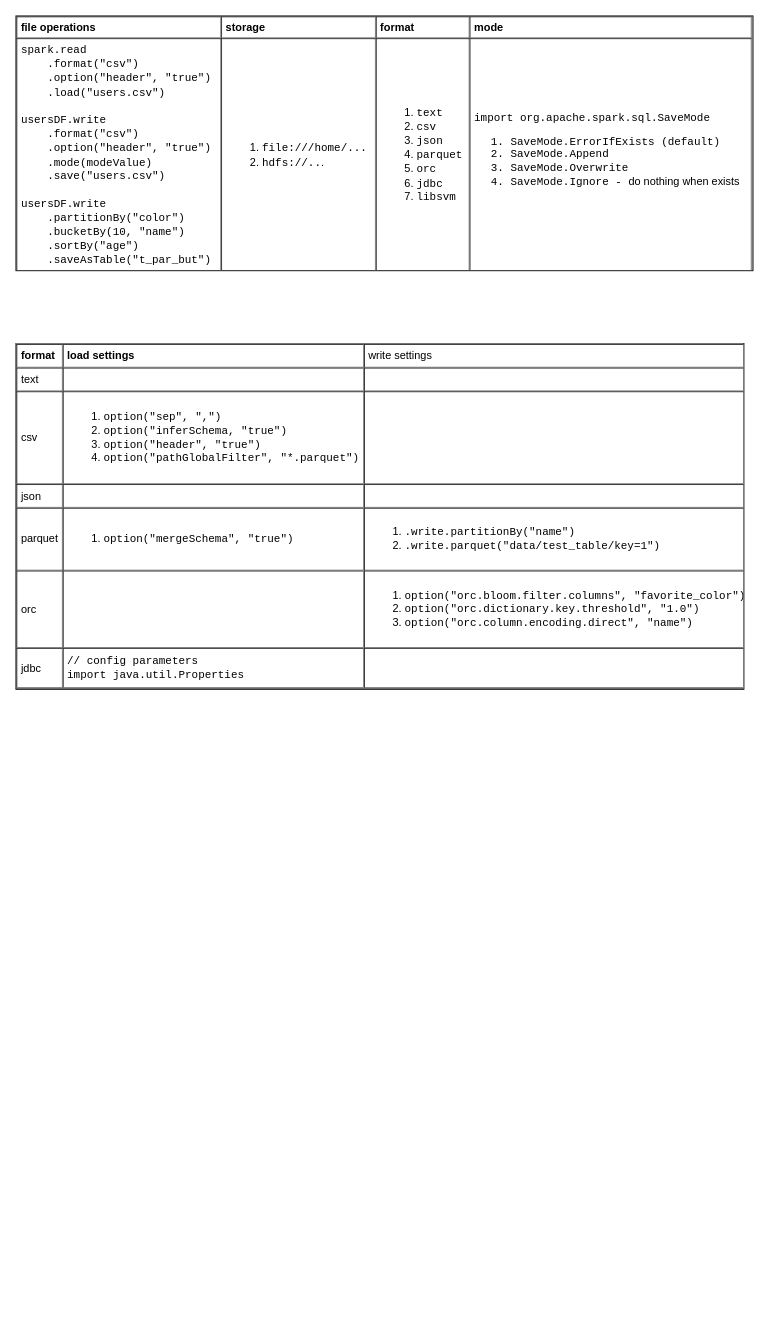
yangdj/tf_docs keeps this draw.io diagram as page "source-file" (3 of 5) of languages/scala/spark.drawio. Above is the earlier version. Source tidied: cells renumbered, new cells numbered last; positions are measured from the earlier drawing's top-left corner, leaving out a move shared by most shapes. Both pictures are drawn from the tidied source at 91%, with x=0, y=0 at pixel (15, 15).
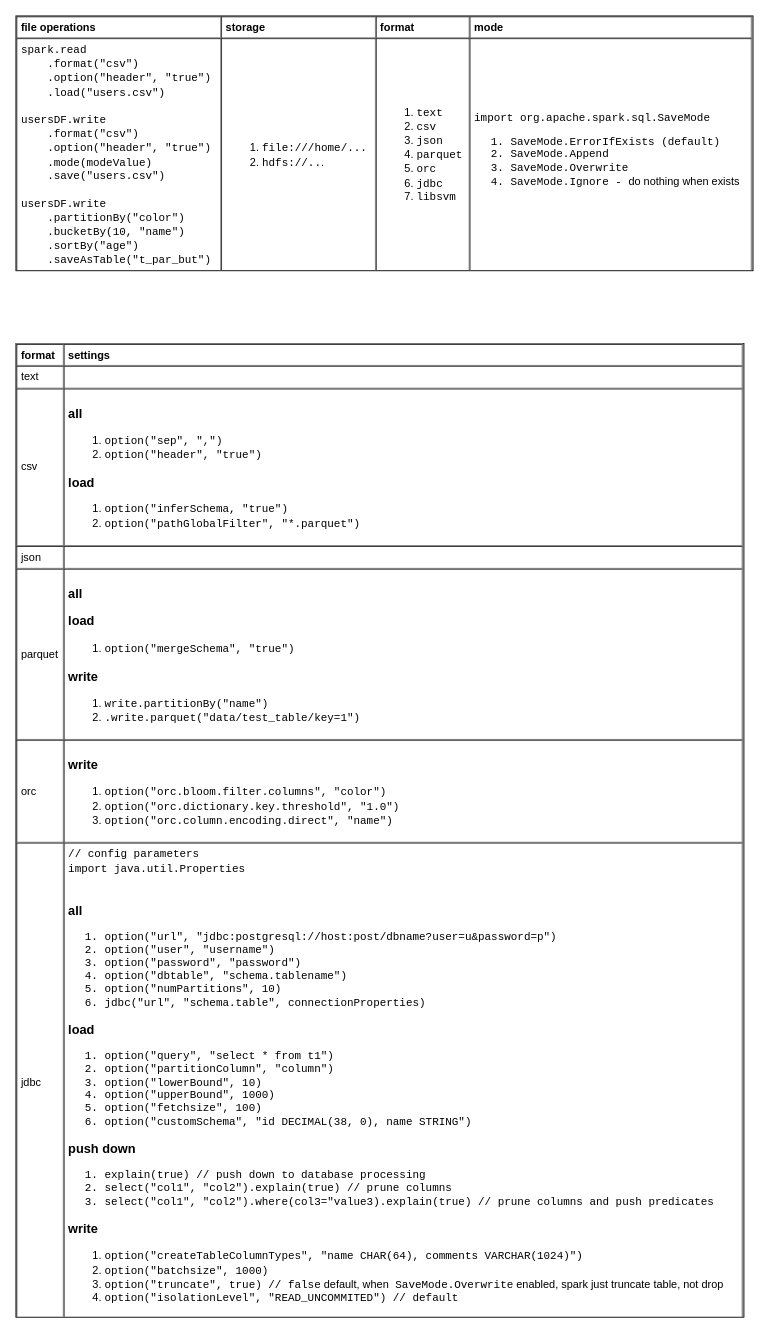
The same diagram, later.

The edit, as a diff of the source:
```diff
@@
 <mxGraphModel>
   <root>
     <mxCell id="0" />
     <mxCell id="1" parent="0" />
-    <mxCell id="2" value="&lt;table cellpadding=&quot;4&quot; cellspacing=&quot;0&quot; border=&quot;1&quot; style=&quot;font-size: 1em ; width: 100% ; height: 100%&quot;&gt;&lt;tbody&gt;&lt;tr&gt;&lt;th&gt;format&lt;/th&gt;&lt;th&gt;load settings&lt;/th&gt;&lt;td&gt;write settings&lt;/td&gt;&lt;/tr&gt;&lt;tr&gt;&lt;td&gt;text&lt;/td&gt;&lt;td&gt;&lt;br&gt;&lt;/td&gt;&lt;td&gt;&lt;br&gt;&lt;/td&gt;&lt;/tr&gt;&lt;tr&gt;&lt;td&gt;csv&lt;/td&gt;&lt;td&gt;&lt;ol&gt;&lt;li&gt;&lt;font face=&quot;Courier New&quot;&gt;option(&quot;sep&quot;, &quot;,&quot;)&lt;/font&gt;&lt;/li&gt;&lt;li&gt;&lt;font face=&quot;Courier New&quot;&gt;option(&quot;inferSchema, &quot;true&quot;)&lt;/font&gt;&lt;/li&gt;&lt;li&gt;&lt;font face=&quot;Courier New&quot;&gt;option(&quot;header&quot;, &quot;true&quot;)&lt;/font&gt;&lt;/li&gt;&lt;li&gt;&lt;font face=&quot;Courier New&quot;&gt;option(&quot;pathGlobalFilter&quot;, &quot;*.parquet&quot;)&lt;/font&gt;&lt;/li&gt;&lt;/ol&gt;&lt;/td&gt;&lt;td&gt;&lt;br&gt;&lt;/td&gt;&lt;/tr&gt;&lt;tr&gt;&lt;td&gt;json&lt;/td&gt;&lt;td&gt;&lt;/td&gt;&lt;td&gt;&lt;br&gt;&lt;/td&gt;&lt;/tr&gt;&lt;tr&gt;&lt;td&gt;parquet&lt;/td&gt;&lt;td&gt;&lt;ol&gt;&lt;li&gt;&lt;font face=&quot;Courier New&quot;&gt;option(&quot;mergeSchema&quot;, &quot;true&quot;)&lt;/font&gt;&lt;/li&gt;&lt;/ol&gt;&lt;/td&gt;&lt;td&gt;&lt;ol&gt;&lt;li&gt;&lt;font face=&quot;Courier New&quot;&gt;.write.partitionBy(&quot;name&quot;)&lt;/font&gt;&lt;/li&gt;&lt;li&gt;&lt;font face=&quot;Courier New&quot;&gt;.write.parquet(&quot;data/test_table/key=1&quot;)&lt;/font&gt;&lt;/li&gt;&lt;/ol&gt;&lt;/td&gt;&lt;/tr&gt;&lt;tr&gt;&lt;td&gt;orc&lt;/td&gt;&lt;td&gt;&lt;br&gt;&lt;/td&gt;&lt;td&gt;&lt;ol&gt;&lt;li&gt;&lt;font face=&quot;Courier New&quot;&gt;option(&quot;orc.bloom.filter.columns&quot;, &quot;favorite_color&quot;)&lt;/font&gt;&lt;/li&gt;&lt;li&gt;&lt;font face=&quot;Courier New&quot;&gt;option(&quot;orc.dictionary.key.threshold&quot;, &quot;1.0&quot;)&lt;/font&gt;&lt;/li&gt;&lt;li&gt;&lt;font face=&quot;Courier New&quot;&gt;option(&quot;orc.column.encoding.direct&quot;, &quot;name&quot;)&lt;/font&gt;&lt;/li&gt;&lt;/ol&gt;&lt;/td&gt;&lt;/tr&gt;&lt;tr&gt;&lt;td&gt;jdbc&lt;/td&gt;&lt;td&gt;&lt;font face=&quot;Courier New&quot;&gt;// config parameters&lt;br&gt;import java.util.Properties&lt;/font&gt;&lt;/td&gt;&lt;td&gt;&lt;br&gt;&lt;/td&gt;&lt;/tr&gt;&lt;/tbody&gt;&lt;/table&gt; " style="verticalAlign=top;align=left;overflow=fill;fontSize=12;fontFamily=Helvetica;html=1;" parent="1" vertex="1">
-      <mxGeometry y="360" width="800" height="380" as="geometry" />
+    <mxCell id="2" value="&lt;table cellpadding=&quot;4&quot; cellspacing=&quot;0&quot; border=&quot;1&quot; style=&quot;font-size: 1em ; width: 100% ; height: 100%&quot;&gt;&lt;tbody&gt;&lt;tr&gt;&lt;th&gt;format&lt;/th&gt;&lt;th&gt;settings&lt;/th&gt;&lt;/tr&gt;&lt;tr&gt;&lt;td&gt;text&lt;/td&gt;&lt;td&gt;&lt;br&gt;&lt;/td&gt;&lt;/tr&gt;&lt;tr&gt;&lt;td&gt;csv&lt;/td&gt;&lt;td&gt;&lt;h3&gt;all&lt;/h3&gt;&lt;ol&gt;&lt;li&gt;&lt;font face=&quot;Courier New&quot;&gt;option(&quot;sep&quot;, &quot;,&quot;)&lt;/font&gt;&lt;/li&gt;&lt;li&gt;&lt;font face=&quot;Courier New&quot;&gt;option(&quot;header&quot;, &quot;true&quot;)&lt;/font&gt;&lt;/li&gt;&lt;/ol&gt;&lt;h3&gt;load&lt;/h3&gt;&lt;ol&gt;&lt;li&gt;&lt;font face=&quot;Courier New&quot;&gt;option(&quot;inferSchema, &quot;true&quot;)&lt;/font&gt;&lt;/li&gt;&lt;li&gt;&lt;font face=&quot;Courier New&quot;&gt;option(&quot;pathGlobalFilter&quot;, &quot;*.parquet&quot;)&lt;/font&gt;&lt;/li&gt;&lt;/ol&gt;&lt;/td&gt;&lt;/tr&gt;&lt;tr&gt;&lt;td&gt;json&lt;/td&gt;&lt;td&gt;&lt;/td&gt;&lt;/tr&gt;&lt;tr&gt;&lt;td&gt;parquet&lt;/td&gt;&lt;td&gt;&lt;h3&gt;all&lt;/h3&gt;&lt;h3&gt;load&lt;/h3&gt;&lt;ol&gt;&lt;li&gt;&lt;font face=&quot;Courier New&quot;&gt;option(&quot;mergeSchema&quot;, &quot;true&quot;)&lt;/font&gt;&lt;/li&gt;&lt;/ol&gt;&lt;h3&gt;write&lt;/h3&gt;&lt;div&gt;&lt;ol&gt;&lt;li&gt;&lt;font face=&quot;Courier New&quot;&gt;write.partitionBy(&quot;name&quot;)&lt;/font&gt;&lt;/li&gt;&lt;li&gt;&lt;font face=&quot;Courier New&quot;&gt;.write.parquet(&quot;data/test_table/key=1&quot;)&lt;/font&gt;&lt;/li&gt;&lt;/ol&gt;&lt;/div&gt;&lt;/td&gt;&lt;/tr&gt;&lt;tr&gt;&lt;td&gt;orc&lt;/td&gt;&lt;td&gt;&lt;h3&gt;write&lt;/h3&gt;&lt;div&gt;&lt;ol&gt;&lt;li&gt;&lt;font face=&quot;Courier New&quot;&gt;option(&quot;orc.bloom.filter.columns&quot;, &quot;color&quot;)&lt;/font&gt;&lt;/li&gt;&lt;li&gt;&lt;font face=&quot;Courier New&quot;&gt;option(&quot;orc.dictionary.key.threshold&quot;, &quot;1.0&quot;)&lt;/font&gt;&lt;/li&gt;&lt;li&gt;&lt;font face=&quot;Courier New&quot;&gt;option(&quot;orc.column.encoding.direct&quot;, &quot;name&quot;)&lt;/font&gt;&lt;/li&gt;&lt;/ol&gt;&lt;/div&gt;&lt;/td&gt;&lt;/tr&gt;&lt;tr&gt;&lt;td&gt;jdbc&lt;/td&gt;&lt;td&gt;&lt;font face=&quot;Courier New&quot;&gt;// config parameters&lt;br&gt;import java.util.Properties&lt;br&gt;&lt;br&gt;&lt;/font&gt;&lt;h3&gt;all&lt;/h3&gt;&lt;ol style=&quot;font-family: &amp;#34;courier new&amp;#34;&quot;&gt;&lt;li&gt;&lt;font face=&quot;Courier New&quot;&gt;option(&quot;url&quot;, &quot;jdbc:postgresql://host:post/dbname?user=u&amp;amp;password=p&quot;)&lt;/font&gt;&lt;/li&gt;&lt;li&gt;&lt;font face=&quot;Courier New&quot;&gt;option(&quot;user&quot;, &quot;username&quot;)&lt;/font&gt;&lt;/li&gt;&lt;li&gt;&lt;font face=&quot;Courier New&quot;&gt;option(&quot;password&quot;, &quot;password&quot;)&lt;/font&gt;&lt;/li&gt;&lt;li&gt;&lt;font face=&quot;Courier New&quot;&gt;option(&quot;dbtable&quot;, &quot;schema.tablename&quot;)&lt;/font&gt;&lt;/li&gt;&lt;li&gt;&lt;font face=&quot;Courier New&quot;&gt;option(&quot;numPartitions&quot;, 10)&lt;/font&gt;&lt;/li&gt;&lt;li&gt;&lt;font face=&quot;Courier New&quot;&gt;jdbc(&quot;url&quot;, &quot;schema.table&quot;, connectionProperties)&lt;/font&gt;&lt;/li&gt;&lt;/ol&gt;&lt;h3&gt;load&lt;/h3&gt;&lt;div&gt;&lt;div&gt;&lt;ol&gt;&lt;li style=&quot;font-family: &amp;#34;courier new&amp;#34;&quot;&gt;&lt;font face=&quot;Courier New&quot;&gt;option(&quot;query&quot;, &quot;select * from t1&quot;)&lt;/font&gt;&lt;/li&gt;&lt;li style=&quot;font-family: &amp;#34;courier new&amp;#34;&quot;&gt;option(&quot;partitionColumn&quot;, &quot;column&quot;)&lt;/li&gt;&lt;li style=&quot;font-family: &amp;#34;courier new&amp;#34;&quot;&gt;option(&quot;lowerBound&quot;, 10)&lt;/li&gt;&lt;li style=&quot;font-family: &amp;#34;courier new&amp;#34;&quot;&gt;option(&quot;upperBound&quot;, 1000)&lt;/li&gt;&lt;li style=&quot;font-family: &amp;#34;courier new&amp;#34;&quot;&gt;option(&quot;fetchsize&quot;, 100)&lt;/li&gt;&lt;li style=&quot;font-family: &amp;#34;courier new&amp;#34;&quot;&gt;option(&quot;customSchema&quot;, &quot;id DECIMAL(38, 0), name STRING&quot;)&lt;/li&gt;&lt;/ol&gt;&lt;h3&gt;push down&lt;/h3&gt;&lt;ol&gt;&lt;li style=&quot;font-family: &amp;#34;courier new&amp;#34;&quot;&gt;explain(true) // push down to database processing&lt;/li&gt;&lt;li style=&quot;font-family: &amp;#34;courier new&amp;#34;&quot;&gt;select(&quot;col1&quot;, &quot;col2&quot;).explain(true) // prune columns&lt;/li&gt;&lt;li style=&quot;font-family: &amp;#34;courier new&amp;#34;&quot;&gt;select(&quot;col1&quot;, &quot;col2&quot;).where(col3=&quot;value3).explain(true) // prune columns and push predicates&lt;br&gt;&lt;/li&gt;&lt;/ol&gt;&lt;/div&gt;&lt;h3&gt;write&lt;/h3&gt;&lt;/div&gt;&lt;div&gt;&lt;ol&gt;&lt;li&gt;&lt;font face=&quot;Courier New&quot;&gt;option(&quot;createTableColumnTypes&quot;, &quot;name CHAR(64), comments VARCHAR(1024)&quot;)&lt;/font&gt;&lt;/li&gt;&lt;li&gt;&lt;font face=&quot;Courier New&quot;&gt;option(&quot;batchsize&quot;, 1000)&lt;/font&gt;&lt;/li&gt;&lt;li&gt;&lt;font face=&quot;Courier New&quot;&gt;option(&quot;truncate&quot;, true) // false&lt;/font&gt; default, when&lt;font face=&quot;Courier New&quot;&gt; SaveMode.Overwrite&lt;/font&gt; enabled, spark just truncate table, not drop&lt;/li&gt;&lt;li&gt;&lt;font face=&quot;Courier New&quot;&gt;option(&quot;isolationLevel&quot;, &quot;READ_UNCOMMITED&quot;) // default&lt;/font&gt;&lt;/li&gt;&lt;/ol&gt;&lt;/div&gt;&lt;/td&gt;&lt;/tr&gt;&lt;/tbody&gt;&lt;/table&gt; " style="verticalAlign=top;align=left;overflow=fill;fontSize=12;fontFamily=Helvetica;html=1;" parent="1" vertex="1">
+      <mxGeometry y="360" width="800" height="1070" as="geometry" />
     </mxCell>
     <mxCell id="3" value="&lt;table cellpadding=&quot;4&quot; cellspacing=&quot;0&quot; border=&quot;1&quot; style=&quot;font-size: 1em ; width: 100% ; height: 100%&quot;&gt;&lt;tbody&gt;&lt;tr&gt;&lt;th&gt;file operations&lt;/th&gt;&lt;td&gt;&lt;b&gt;storage&lt;/b&gt;&lt;/td&gt;&lt;th&gt;format&lt;/th&gt;&lt;td&gt;&lt;b&gt;mode&lt;/b&gt;&lt;/td&gt;&lt;/tr&gt;&lt;tr&gt;&lt;td&gt;&lt;font face=&quot;Courier New&quot;&gt;spark.read&lt;br&gt;&amp;nbsp; &amp;nbsp; .format(&quot;csv&quot;)&lt;br&gt;&amp;nbsp; &amp;nbsp; .option(&quot;header&quot;, &quot;true&quot;)&lt;br&gt;&amp;nbsp; &amp;nbsp; .load(&quot;users.csv&quot;)&lt;br&gt;&lt;br&gt;usersDF.write&lt;br&gt;&amp;nbsp; &amp;nbsp; .format(&quot;csv&quot;)&lt;br&gt;&amp;nbsp; &amp;nbsp; .option(&quot;header&quot;, &quot;true&quot;)&lt;br&gt;&amp;nbsp; &amp;nbsp; .mode(modeValue)&lt;br&gt;&amp;nbsp; &amp;nbsp; .save(&quot;users.csv&quot;)&lt;br&gt;&lt;br&gt;usersDF.write&lt;br&gt;&amp;nbsp; &amp;nbsp; .partitionBy(&quot;color&quot;)&lt;br&gt;&amp;nbsp; &amp;nbsp; .bucketBy(10, &quot;name&quot;)&lt;br&gt;&amp;nbsp; &amp;nbsp; .sortBy(&quot;age&quot;)&lt;br&gt;&amp;nbsp; &amp;nbsp; .saveAsTable(&quot;t_par_but&quot;)&lt;/font&gt;&lt;/td&gt;&lt;td&gt;&lt;ol&gt;&lt;li&gt;&lt;font face=&quot;Courier New&quot;&gt;file:///home/...&lt;/font&gt;&lt;/li&gt;&lt;li&gt;&lt;font face=&quot;Courier New&quot;&gt;hdfs://..&lt;/font&gt;.&lt;/li&gt;&lt;/ol&gt;&lt;/td&gt;&lt;td&gt;&lt;ol&gt;&lt;li&gt;&lt;font face=&quot;Courier New&quot;&gt;text&lt;/font&gt;&lt;/li&gt;&lt;li&gt;&lt;font face=&quot;Courier New&quot;&gt;csv&lt;/font&gt;&lt;/li&gt;&lt;li&gt;&lt;font face=&quot;Courier New&quot;&gt;json&lt;/font&gt;&lt;/li&gt;&lt;li&gt;&lt;font face=&quot;Courier New&quot;&gt;parquet&lt;/font&gt;&lt;/li&gt;&lt;li&gt;&lt;font face=&quot;Courier New&quot;&gt;orc&lt;/font&gt;&lt;/li&gt;&lt;li&gt;&lt;font face=&quot;Courier New&quot;&gt;jdbc&lt;/font&gt;&lt;/li&gt;&lt;li&gt;&lt;font face=&quot;Courier New&quot;&gt;libsvm&lt;/font&gt;&lt;/li&gt;&lt;/ol&gt;&lt;/td&gt;&lt;td&gt;&lt;font face=&quot;Courier New&quot;&gt;import org.apache.spark.sql.SaveMode&lt;/font&gt;&lt;br&gt;&lt;ol&gt;&lt;li style=&quot;font-family: &amp;#34;courier new&amp;#34;&quot;&gt;SaveMode.ErrorIfExists (default)&lt;/li&gt;&lt;li style=&quot;font-family: &amp;#34;courier new&amp;#34;&quot;&gt;SaveMode.Append&lt;/li&gt;&lt;li style=&quot;font-family: &amp;#34;courier new&amp;#34;&quot;&gt;SaveMode.Overwrite&lt;/li&gt;&lt;li style=&quot;font-family: &amp;#34;courier new&amp;#34;&quot;&gt;&lt;font face=&quot;Courier New&quot; style=&quot;font-size: 1em&quot;&gt;SaveMode.Ignore - &lt;/font&gt;&lt;span style=&quot;font-size: 1em ; font-family: &amp;#34;helvetica&amp;#34;&quot;&gt;do nothing when exists&lt;/span&gt;&lt;/li&gt;&lt;/ol&gt;&lt;/td&gt;&lt;/tr&gt;&lt;/tbody&gt;&lt;/table&gt; " style="verticalAlign=top;align=left;overflow=fill;fontSize=12;fontFamily=Helvetica;html=1;" parent="1" vertex="1">
       <mxGeometry width="810" height="280" as="geometry" />
     </mxCell>
   </root>
 </mxGraphModel>
```
